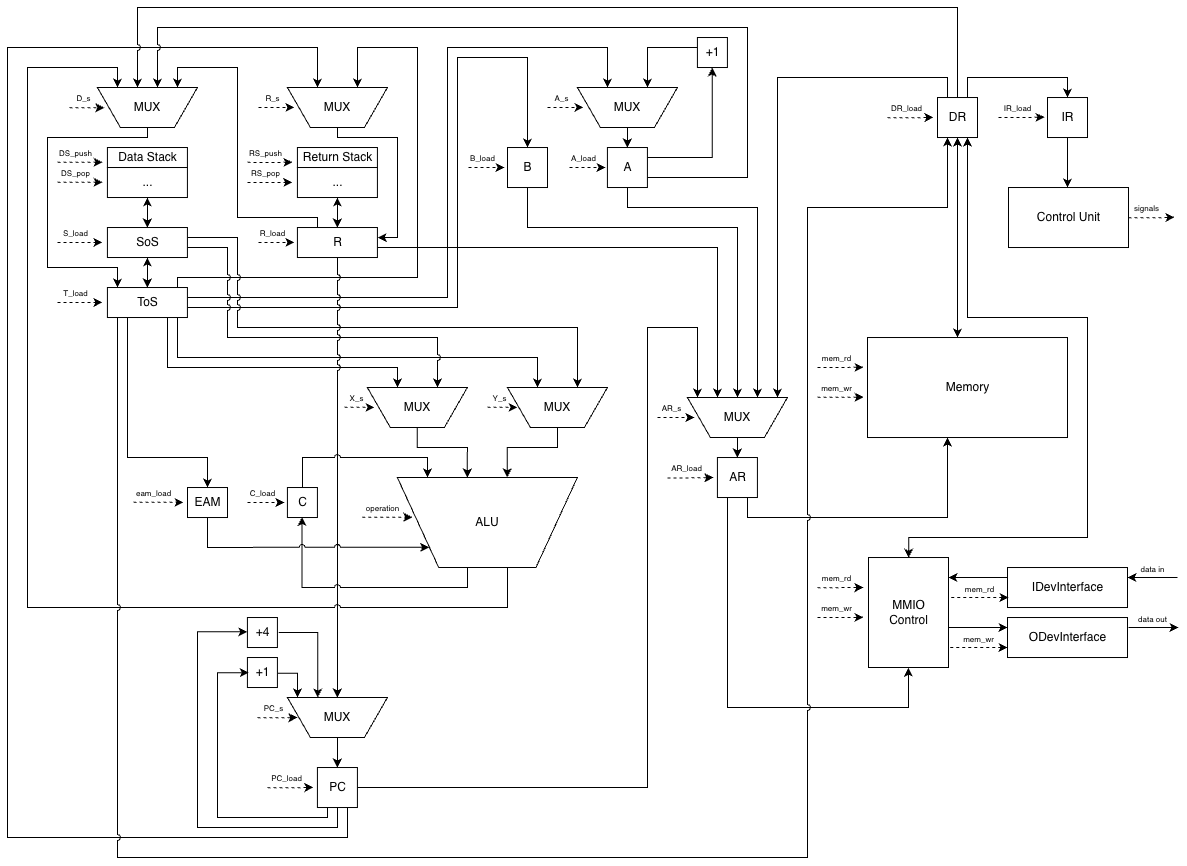
The draw.io diagram lab3/scheme/f32a.drawio.png in TheGeniusOfEternity/computer-system-architecture, before a commit. Source tidied: cells renumbered, new cells last; positions are measured from the earlier drawing's top-left corner, leaving out a move shared by most shapes.
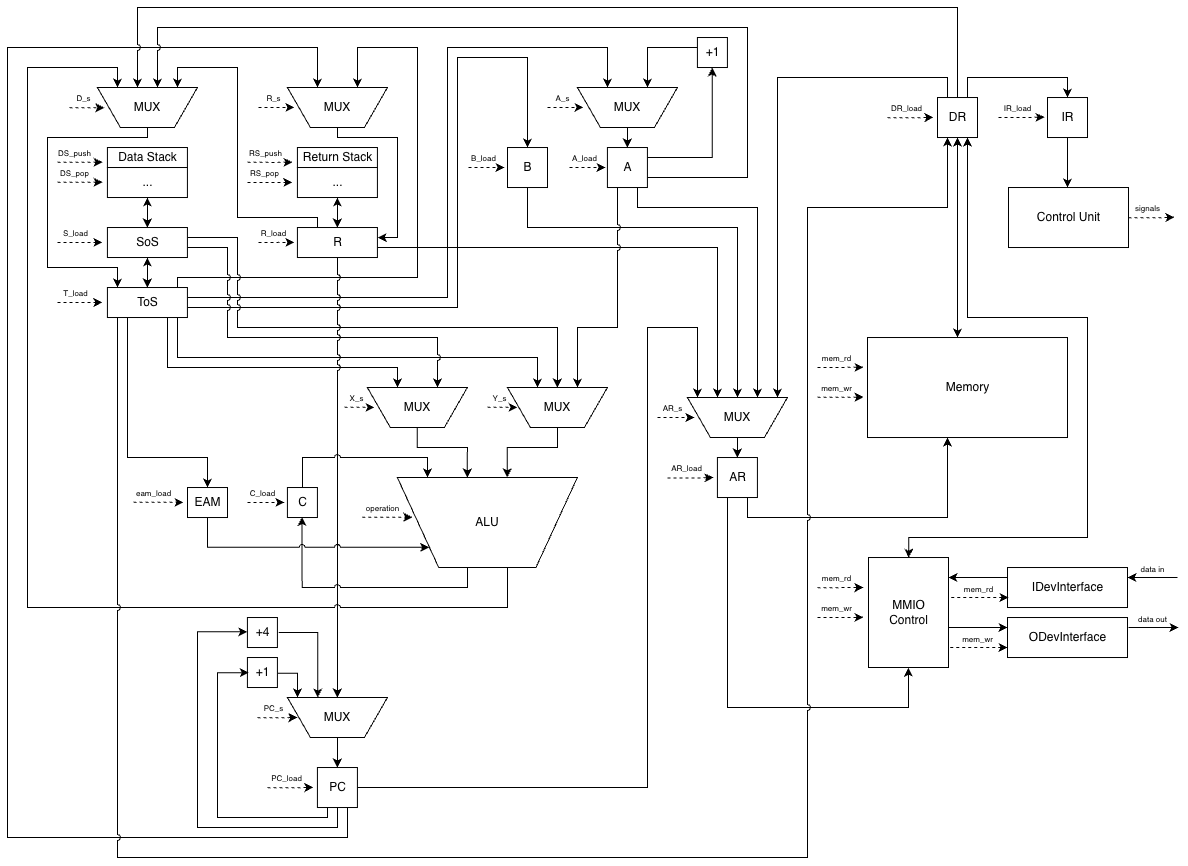
After the commit.

Commit message:
feat(lab3|scheme): export new png

What changed in the source:
```diff
@@ -88,13 +88,12 @@
     <mxCell id="17" style="edgeStyle=orthogonalEdgeStyle;rounded=0;jettySize=auto;html=1;" parent="1" edge="1" source="20" target="13">
       <mxGeometry relative="1" as="geometry" />
     </mxCell>
-    <mxCell id="18" style="edgeStyle=orthogonalEdgeStyle;rounded=0;jettySize=auto;html=1;entryX=0.696;entryY=0.999;entryDx=0;entryDy=0;jumpStyle=arc;entryPerimeter=0;" parent="1" edge="1" source="20" target="36">
+    <mxCell id="18" style="edgeStyle=orthogonalEdgeStyle;rounded=0;jettySize=auto;html=1;entryX=0.5;entryY=0;entryDx=0;entryDy=0;jumpStyle=arc;" parent="1" edge="1" source="20" target="36">
       <mxGeometry relative="1" as="geometry">
         <Array as="points">
           <mxPoint x="230" y="230" />
           <mxPoint x="230" y="320" />
-          <mxPoint x="570" y="320" />
-          <mxPoint x="570" y="380" />
+          <mxPoint x="550" y="320" />
         </Array>
       </mxGeometry>
     </mxCell>
@@ -378,9 +377,8 @@
       <mxGeometry relative="1" as="geometry">
         <mxPoint x="750" y="390" as="targetPoint" />
         <Array as="points">
-          <mxPoint x="620" y="200" />
+          <mxPoint x="630" y="200" />
           <mxPoint x="750" y="200" />
-          <mxPoint x="750" y="390" />
         </Array>
       </mxGeometry>
     </mxCell>
@@ -791,5 +789,14 @@
         <mxPoint x="6" y="-9" as="offset" />
       </mxGeometry>
     </mxCell>
+    <mxCell id="120" style="edgeStyle=orthogonalEdgeStyle;rounded=0;jettySize=auto;html=1;jumpStyle=arc;" parent="1" edge="1" source="56">
+      <mxGeometry relative="1" as="geometry">
+        <mxPoint x="570" y="380" as="targetPoint" />
+        <Array as="points">
+          <mxPoint x="610" y="320" />
+          <mxPoint x="570" y="320" />
+        </Array>
+      </mxGeometry>
+    </mxCell>
   </root>
 </mxGraphModel>
```
